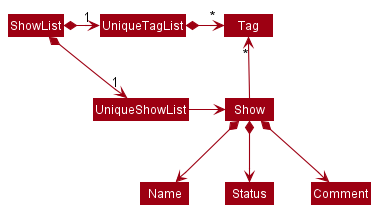
Before: docs/images/BetterModelClassDiagram.png, a diagram exported from PlantUML (nus-cs2103-AY2122S2/tp).
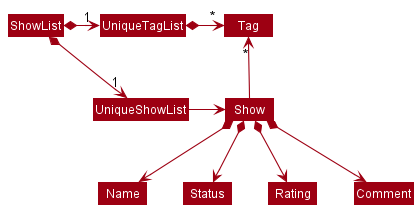
After the change.

Commit message:
Uodate DG to contain rating

Diff of the diagram source:
```diff
@@ -16,5 +16,7 @@
 
 Show *--> Name
 Show *--> Status
+Show *--> Rating
 Show *--> Comment
+
 @enduml
```
